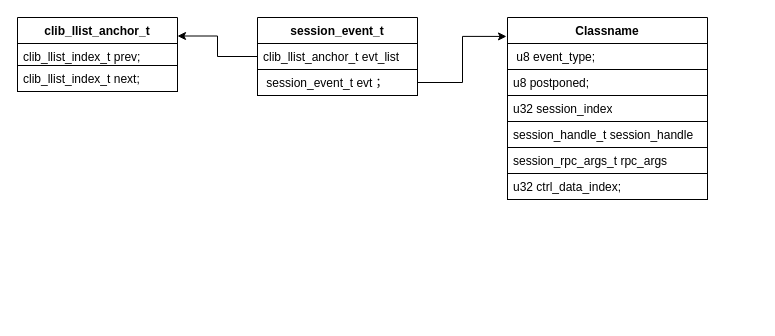
The draw.io diagram new_map/vppinfra-llist.drawio in jin13417/dpdk-vpp-learning, before the edit. Source tidied: cells renumbered, new cells numbered last; positions are measured from the earlier drawing's top-left corner, leaving out a move shared by most shapes. Both pictures are drawn from the tidied source at 100%, with x=0, y=0 at pixel (17, 17).
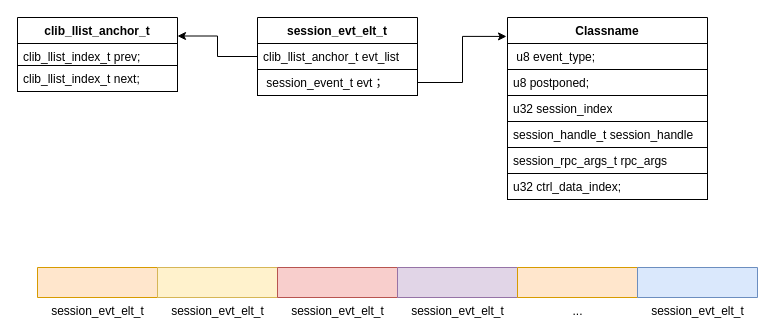
After the change.

Change to the diagram source:
```diff
@@
-    <mxCell id="5" value="session_event_t" style="swimlane;fontStyle=1;align=center;verticalAlign=top;horizontal=1;startSize=26;whiteSpace=wrap;html=1;strokeColor=default;" parent="1" vertex="1">
+    <mxCell id="5" value="session_evt_elt_t" style="swimlane;fontStyle=1;align=center;verticalAlign=top;horizontal=1;startSize=26;whiteSpace=wrap;html=1;strokeColor=default;" parent="1" vertex="1">
       <mxGeometry x="240" width="160" height="78" as="geometry" />
     </mxCell>
@@
+    <mxCell id="17" value="session_evt_elt_t" style="verticalLabelPosition=bottom;verticalAlign=top;html=1;shape=mxgraph.basic.rect;fillColor2=none;strokeWidth=1;size=20;indent=5;fillColor=#ffe6cc;strokeColor=#d79b00;" parent="1" vertex="1">
+      <mxGeometry x="20" y="250" width="120" height="30" as="geometry" />
+    </mxCell>
+    <mxCell id="18" value="session_evt_elt_t" style="verticalLabelPosition=bottom;verticalAlign=top;html=1;shape=mxgraph.basic.rect;fillColor2=none;strokeWidth=1;size=20;indent=5;fillColor=#fff2cc;strokeColor=#d6b656;" parent="1" vertex="1">
+      <mxGeometry x="140" y="250" width="120" height="30" as="geometry" />
+    </mxCell>
+    <mxCell id="19" value="session_evt_elt_t" style="verticalLabelPosition=bottom;verticalAlign=top;html=1;shape=mxgraph.basic.rect;fillColor2=none;strokeWidth=1;size=20;indent=5;fillColor=#f8cecc;strokeColor=#b85450;" parent="1" vertex="1">
+      <mxGeometry x="260" y="250" width="120" height="30" as="geometry" />
+    </mxCell>
+    <mxCell id="20" value="session_evt_elt_t" style="verticalLabelPosition=bottom;verticalAlign=top;html=1;shape=mxgraph.basic.rect;fillColor2=none;strokeWidth=1;size=20;indent=5;fillColor=#e1d5e7;strokeColor=#9673a6;" parent="1" vertex="1">
+      <mxGeometry x="380" y="250" width="120" height="30" as="geometry" />
+    </mxCell>
+    <mxCell id="21" value="..." style="verticalLabelPosition=bottom;verticalAlign=top;html=1;shape=mxgraph.basic.rect;fillColor2=none;strokeWidth=1;size=20;indent=5;fillColor=#ffe6cc;strokeColor=#d79b00;" parent="1" vertex="1">
+      <mxGeometry x="500" y="250" width="120" height="30" as="geometry" />
+    </mxCell>
+    <mxCell id="22" value="session_evt_elt_t" style="verticalLabelPosition=bottom;verticalAlign=top;html=1;shape=mxgraph.basic.rect;fillColor2=none;strokeWidth=1;size=20;indent=5;fillColor=#dae8fc;strokeColor=#6c8ebf;" parent="1" vertex="1">
+      <mxGeometry x="620" y="250" width="120" height="30" as="geometry" />
+    </mxCell>
```
